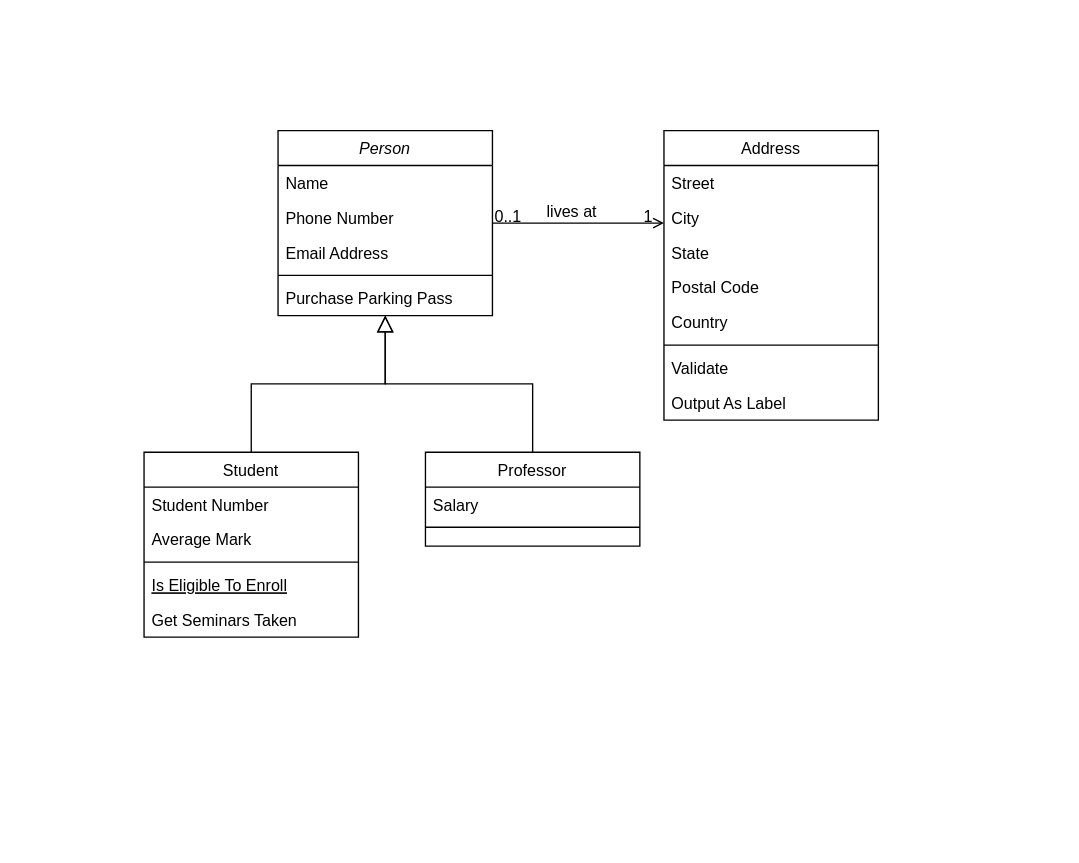
Earlier version of the draw.io diagram Diagramme sans nom.drawio (imanebahamd/ControleBlanc). Source tidied: cells renumbered, new cells numbered last; positions are measured from the earlier drawing's top-left corner, leaving out a move shared by most shapes. Both pictures are drawn from the tidied source at 134%, with x=0, y=0 at pixel (143, 130).
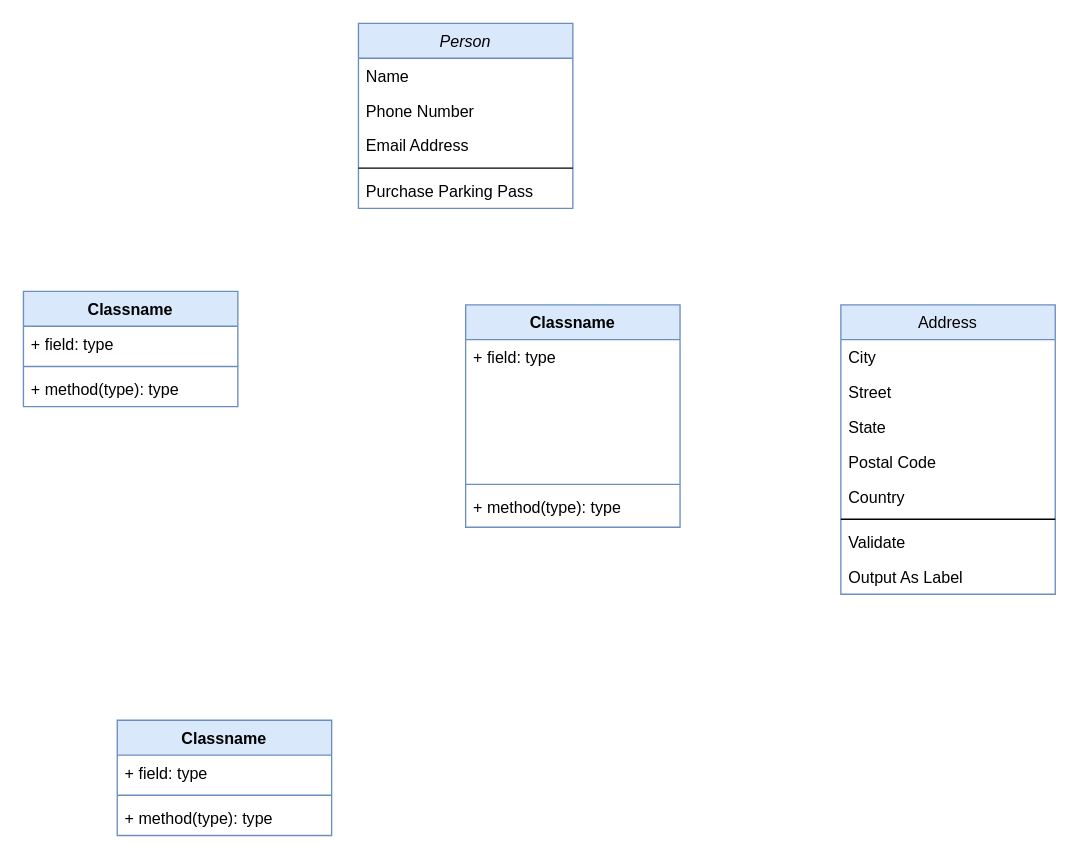
Above is the later version.

Commit message:
Mettre à jour Diagramme sans nom.drawio

Diff of the diagram source:
```diff
@@
-    <mxCell id="2" value="Person" style="swimlane;fontStyle=2;align=center;verticalAlign=top;horizontal=1;startSize=26;rounded=0;shadow=0;strokeWidth=1;" parent="1" vertex="1">
-      <mxGeometry x="100" width="160" height="138" as="geometry" />
+    <mxCell id="2" value="Person" style="swimlane;fontStyle=2;align=center;verticalAlign=top;horizontal=1;startSize=26;rounded=0;shadow=0;strokeWidth=1;fillColor=#dae8fc;strokeColor=#6c8ebf;" parent="1" vertex="1">
+      <mxGeometry x="160" y="-80" width="160" height="138" as="geometry" />
     </mxCell>
@@
-    <mxCell id="8" value="Student" style="swimlane;fontStyle=0;align=center;verticalAlign=top;horizontal=1;startSize=26;rounded=0;shadow=0;strokeWidth=1;" parent="1" vertex="1">
-      <mxGeometry y="240" width="160" height="138" as="geometry" />
-    </mxCell>
-    <mxCell id="9" value="Student Number" style="text;align=left;verticalAlign=top;spacingLeft=4;spacingRight=4;overflow=hidden;" parent="8" vertex="1">
-      <mxGeometry y="26" width="160" height="26" as="geometry" />
-    </mxCell>
-    <mxCell id="10" value="Average Mark" style="text;align=left;verticalAlign=top;spacingLeft=4;spacingRight=4;overflow=hidden;rounded=0;shadow=0;html=0;" parent="8" vertex="1">
-      <mxGeometry y="52" width="160" height="26" as="geometry" />
-    </mxCell>
-    <mxCell id="11" style="line;html=1;strokeWidth=1;align=left;verticalAlign=middle;spacingTop=-1;spacingLeft=3;spacingRight=3;labelPosition=right;" parent="8" vertex="1">
-      <mxGeometry y="78" width="160" height="8" as="geometry" />
-    </mxCell>
-    <mxCell id="12" value="Is Eligible To Enroll" style="text;align=left;verticalAlign=top;spacingLeft=4;spacingRight=4;overflow=hidden;fontStyle=4;" parent="8" vertex="1">
-      <mxGeometry y="86" width="160" height="26" as="geometry" />
-    </mxCell>
-    <mxCell id="13" value="Get Seminars Taken" style="text;align=left;verticalAlign=top;spacingLeft=4;spacingRight=4;overflow=hidden;" parent="8" vertex="1">
-      <mxGeometry y="112" width="160" height="26" as="geometry" />
-    </mxCell>
-    <mxCell id="14" style="endArrow=block;endSize=10;endFill=0;shadow=0;strokeWidth=1;rounded=0;curved=0;edgeStyle=elbowEdgeStyle;elbow=vertical;" parent="1" edge="1" source="8" target="2">
-      <mxGeometry relative="1" as="geometry" />
-    </mxCell>
-    <mxCell id="15" value="Professor" style="swimlane;fontStyle=0;align=center;verticalAlign=top;horizontal=1;startSize=26;rounded=0;shadow=0;strokeWidth=1;" parent="1" vertex="1">
-      <mxGeometry x="210" y="240" width="160" height="70" as="geometry" />
-    </mxCell>
-    <mxCell id="16" value="Salary" style="text;align=left;verticalAlign=top;spacingLeft=4;spacingRight=4;overflow=hidden;" parent="15" vertex="1">
-      <mxGeometry y="26" width="160" height="26" as="geometry" />
-    </mxCell>
-    <mxCell id="17" style="line;html=1;strokeWidth=1;align=left;verticalAlign=middle;spacingTop=-1;spacingLeft=3;spacingRight=3;labelPosition=right;" parent="15" vertex="1">
-      <mxGeometry y="52" width="160" height="8" as="geometry" />
-    </mxCell>
-    <mxCell id="18" style="endArrow=block;endSize=10;endFill=0;shadow=0;strokeWidth=1;rounded=0;curved=0;edgeStyle=elbowEdgeStyle;elbow=vertical;" parent="1" edge="1" source="15" target="2">
-      <mxGeometry relative="1" as="geometry" />
-    </mxCell>
-    <mxCell id="19" value="Address" style="swimlane;fontStyle=0;align=center;verticalAlign=top;horizontal=1;startSize=26;rounded=0;shadow=0;strokeWidth=1;" parent="1" vertex="1">
-      <mxGeometry x="388" width="160" height="216" as="geometry" />
+    <mxCell id="19" value="Address" style="swimlane;fontStyle=0;align=center;verticalAlign=top;horizontal=1;startSize=26;rounded=0;shadow=0;strokeWidth=1;fillColor=#dae8fc;strokeColor=#6c8ebf;" parent="1" vertex="1">
+      <mxGeometry x="520" y="130" width="160" height="216" as="geometry" />
     </mxCell>
+    <mxCell id="21" value="City" style="text;align=left;verticalAlign=top;spacingLeft=4;spacingRight=4;overflow=hidden;rounded=0;shadow=0;html=0;" parent="19" vertex="1">
+      <mxGeometry y="26" width="160" height="26" as="geometry" />
+    </mxCell>
     <mxCell id="20" value="Street" style="text;align=left;verticalAlign=top;spacingLeft=4;spacingRight=4;overflow=hidden;" parent="19" vertex="1">
-      <mxGeometry y="26" width="160" height="26" as="geometry" />
+      <mxGeometry y="52" width="160" height="26" as="geometry" />
     </mxCell>
-    <mxCell id="21" value="City" style="text;align=left;verticalAlign=top;spacingLeft=4;spacingRight=4;overflow=hidden;rounded=0;shadow=0;html=0;" parent="19" vertex="1">
-      <mxGeometry y="52" width="160" height="26" as="geometry" />
-    </mxCell>
@@
-    <mxCell id="28" style="endArrow=open;shadow=0;strokeWidth=1;rounded=0;curved=0;endFill=1;edgeStyle=elbowEdgeStyle;elbow=vertical;" parent="1" edge="1" source="2" target="19">
-      <mxGeometry x="0.5" y="41" relative="1" as="geometry">
-        <mxPoint x="-40" y="32" as="offset" />
-      </mxGeometry>
-    </mxCell>
-    <mxCell id="29" value="0..1" style="align=left;verticalAlign=bottom;labelBackgroundColor=none;fontSize=12;" parent="28" vertex="1">
-      <mxGeometry x="-1" relative="1" as="geometry">
-        <mxPoint y="4" as="offset" />
-      </mxGeometry>
-    </mxCell>
-    <mxCell id="30" value="1" style="align=right;verticalAlign=bottom;labelBackgroundColor=none;fontSize=12;" parent="28" vertex="1">
-      <mxGeometry x="1" relative="1" as="geometry">
-        <mxPoint x="-7" y="4" as="offset" />
-      </mxGeometry>
-    </mxCell>
-    <mxCell id="31" value="lives at" style="text;html=1;align=center;verticalAlign=middle;labelBackgroundColor=none;rounded=0;shadow=0;strokeWidth=1;fontSize=12;" parent="28" vertex="1">
-      <mxGeometry x="0.5" y="49" relative="1" as="geometry">
-        <mxPoint x="-38" y="40" as="offset" />
-      </mxGeometry>
-    </mxCell>
+    <mxCell id="32" value="Classname" style="swimlane;fontStyle=1;align=center;verticalAlign=top;horizontal=1;startSize=26;whiteSpace=wrap;html=1;fillColor=#dae8fc;strokeColor=#6c8ebf;" parent="1" vertex="1">
+      <mxGeometry x="240" y="130" width="160" height="166" as="geometry" />
+    </mxCell>
+    <mxCell id="33" value="+ field: type" style="text;strokeColor=none;fillColor=none;align=left;verticalAlign=top;spacingLeft=4;spacingRight=4;overflow=hidden;whiteSpace=wrap;html=1;" parent="32" vertex="1">
+      <mxGeometry y="26" width="160" height="104" as="geometry" />
+    </mxCell>
+    <mxCell id="34" style="line;strokeWidth=1;fillColor=none;align=left;verticalAlign=middle;spacingTop=-1;spacingLeft=3;spacingRight=3;labelPosition=right;strokeColor=inherit;" parent="32" vertex="1">
+      <mxGeometry y="130" width="160" height="8" as="geometry" />
+    </mxCell>
+    <mxCell id="35" value="+ method(type): type" style="text;strokeColor=none;fillColor=none;align=left;verticalAlign=top;spacingLeft=4;spacingRight=4;overflow=hidden;whiteSpace=wrap;html=1;" parent="32" vertex="1">
+      <mxGeometry y="138" width="160" height="28" as="geometry" />
+    </mxCell>
+    <mxCell id="36" value="Classname" style="swimlane;fontStyle=1;align=center;verticalAlign=top;horizontal=1;startSize=26;whiteSpace=wrap;html=1;fillColor=#dae8fc;strokeColor=#6c8ebf;" parent="1" vertex="1">
+      <mxGeometry x="-90" y="120" width="160" height="86" as="geometry" />
+    </mxCell>
+    <mxCell id="37" value="+ field: type" style="text;strokeColor=none;fillColor=none;align=left;verticalAlign=top;spacingLeft=4;spacingRight=4;overflow=hidden;whiteSpace=wrap;html=1;" parent="36" vertex="1">
+      <mxGeometry y="26" width="160" height="26" as="geometry" />
+    </mxCell>
+    <mxCell id="38" style="line;strokeWidth=1;fillColor=none;align=left;verticalAlign=middle;spacingTop=-1;spacingLeft=3;spacingRight=3;labelPosition=right;strokeColor=inherit;" parent="36" vertex="1">
+      <mxGeometry y="52" width="160" height="8" as="geometry" />
+    </mxCell>
+    <mxCell id="39" value="+ method(type): type" style="text;strokeColor=none;fillColor=none;align=left;verticalAlign=top;spacingLeft=4;spacingRight=4;overflow=hidden;whiteSpace=wrap;html=1;" parent="36" vertex="1">
+      <mxGeometry y="60" width="160" height="26" as="geometry" />
+    </mxCell>
+    <mxCell id="40" value="Classname" style="swimlane;fontStyle=1;align=center;verticalAlign=top;horizontal=1;startSize=26;whiteSpace=wrap;html=1;fillColor=#dae8fc;strokeColor=#6c8ebf;" parent="1" vertex="1">
+      <mxGeometry x="-20" y="440" width="160" height="86" as="geometry" />
+    </mxCell>
+    <mxCell id="41" value="+ field: type" style="text;strokeColor=none;fillColor=none;align=left;verticalAlign=top;spacingLeft=4;spacingRight=4;overflow=hidden;whiteSpace=wrap;html=1;" parent="40" vertex="1">
+      <mxGeometry y="26" width="160" height="26" as="geometry" />
+    </mxCell>
+    <mxCell id="42" style="line;strokeWidth=1;fillColor=none;align=left;verticalAlign=middle;spacingTop=-1;spacingLeft=3;spacingRight=3;labelPosition=right;strokeColor=inherit;" parent="40" vertex="1">
+      <mxGeometry y="52" width="160" height="8" as="geometry" />
+    </mxCell>
+    <mxCell id="43" value="+ method(type): type" style="text;strokeColor=none;fillColor=none;align=left;verticalAlign=top;spacingLeft=4;spacingRight=4;overflow=hidden;whiteSpace=wrap;html=1;" parent="40" vertex="1">
+      <mxGeometry y="60" width="160" height="26" as="geometry" />
+    </mxCell>
```
